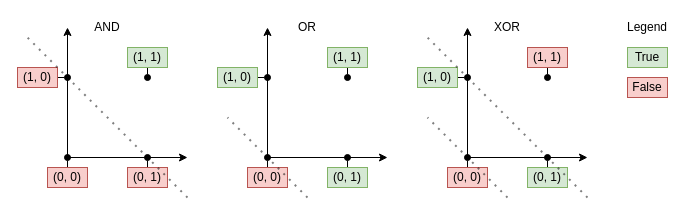
ninojansen/Master-Thesis keeps this draw.io diagram as Paper/DrawIO/linear_seperability.drawio. Above is the earlier version. Source tidied: cells renumbered, new cells numbered last; positions are measured from the earlier drawing's top-left corner, leaving out a move shared by most shapes. Both pictures are drawn from the tidied source at 100%, with x=0, y=0 at pixel (17, 17).
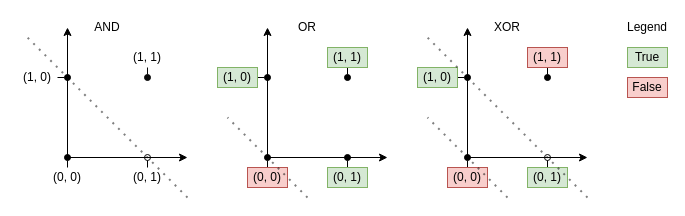
The same page after the edit.

Unchanged cells that the change refers to:
```xml
<mxCell id="28" value="(0, 1)" style="text;html=1;strokeColor=#82b366;fillColor=#d5e8d4;align=center;verticalAlign=middle;whiteSpace=wrap;rounded=0;" parent="1" vertex="1">
  <mxGeometry x="510" y="150" width="40" height="20" as="geometry" />
</mxCell>
```

Diff of the diagram source:
```diff
@@
-    <mxCell id="4" value="(0, 0)" style="text;html=1;strokeColor=#b85450;fillColor=#f8cecc;align=center;verticalAlign=middle;whiteSpace=wrap;rounded=0;" parent="1" vertex="1">
+    <mxCell id="4" value="(0, 0)" style="text;html=1;align=center;verticalAlign=middle;whiteSpace=wrap;rounded=0;" parent="1" vertex="1">
       <mxGeometry x="30" y="150" width="40" height="20" as="geometry" />
     </mxCell>
-    <mxCell id="5" style="edgeStyle=orthogonalEdgeStyle;rounded=0;jettySize=auto;html=1;exitX=0.5;exitY=0;exitDx=0;exitDy=0;startArrow=none;startFill=0;endArrow=oval;endFill=1;" parent="1" edge="1" source="6">
+    <mxCell id="5" style="edgeStyle=orthogonalEdgeStyle;rounded=0;jettySize=auto;html=1;exitX=0.5;exitY=0;exitDx=0;exitDy=0;startArrow=none;startFill=0;endArrow=oval;endFill=0;jumpStyle=none;shadow=0;sketch=0;textOpacity=30;" parent="1" edge="1" source="6">
       <mxGeometry relative="1" as="geometry">
         <mxPoint x="130" y="140" as="targetPoint" />
       </mxGeometry>
     </mxCell>
-    <mxCell id="6" value="(0, 1)" style="text;html=1;strokeColor=#b85450;fillColor=#f8cecc;align=center;verticalAlign=middle;whiteSpace=wrap;rounded=0;labelBackgroundColor=none;" parent="1" vertex="1">
+    <mxCell id="6" value="(0, 1)" style="text;html=1;align=center;verticalAlign=middle;whiteSpace=wrap;rounded=0;labelBackgroundColor=none;" parent="1" vertex="1">
       <mxGeometry x="110" y="150" width="40" height="20" as="geometry" />
     </mxCell>
-    <mxCell id="7" style="edgeStyle=orthogonalEdgeStyle;rounded=0;jettySize=auto;html=1;exitX=0;exitY=0.25;exitDx=0;exitDy=0;startArrow=none;startFill=0;endArrow=oval;endFill=1;" parent="1" edge="1" source="8">
-      <mxGeometry relative="1" as="geometry">
-        <mxPoint x="130" y="60" as="targetPoint" />
-      </mxGeometry>
-    </mxCell>
+    <mxCell id="42" style="edgeStyle=orthogonalEdgeStyle;rounded=0;jumpSize=3;jettySize=auto;html=1;exitX=0.5;exitY=1;exitDx=0;exitDy=0;startArrow=none;startFill=0;startSize=6;endArrow=oval;endFill=1;endSize=6;strokeColor=#0A0A0A;strokeWidth=1;" parent="1" edge="1" source="8">
+      <mxGeometry relative="1" as="geometry">
+        <mxPoint x="130" y="60" as="targetPoint" />
+      </mxGeometry>
+    </mxCell>
-    <mxCell id="8" value="(1, 1)" style="text;html=1;strokeColor=#82b366;fillColor=#d5e8d4;align=center;verticalAlign=middle;whiteSpace=wrap;rounded=0;" parent="1" vertex="1">
+    <mxCell id="8" value="(1, 1)" style="text;html=1;align=center;verticalAlign=middle;whiteSpace=wrap;rounded=0;" parent="1" vertex="1">
       <mxGeometry x="110" y="30" width="40" height="20" as="geometry" />
     </mxCell>
@@
-    <mxCell id="11" value="(1, 0)" style="text;html=1;strokeColor=#b85450;fillColor=#f8cecc;align=center;verticalAlign=middle;whiteSpace=wrap;rounded=0;labelBackgroundColor=none;" parent="1" vertex="1">
+    <mxCell id="11" value="(1, 0)" style="text;html=1;align=center;verticalAlign=middle;whiteSpace=wrap;rounded=0;labelBackgroundColor=none;" parent="1" vertex="1">
       <mxGeometry y="50" width="40" height="20" as="geometry" />
     </mxCell>
@@
-    <mxCell id="27" style="edgeStyle=orthogonalEdgeStyle;rounded=0;jettySize=auto;html=1;exitX=0.5;exitY=0;exitDx=0;exitDy=0;startArrow=none;startFill=0;endArrow=oval;endFill=1;" parent="1" edge="1" source="28">
+    <mxCell id="27" style="edgeStyle=orthogonalEdgeStyle;rounded=0;jettySize=auto;html=1;exitX=0.5;exitY=0;exitDx=0;exitDy=0;startArrow=none;startFill=0;endArrow=oval;endFill=0;" parent="1" edge="1" source="28">
       <mxGeometry relative="1" as="geometry">
         <mxPoint x="530" y="140" as="targetPoint" />
       </mxGeometry>
     </mxCell>
```
